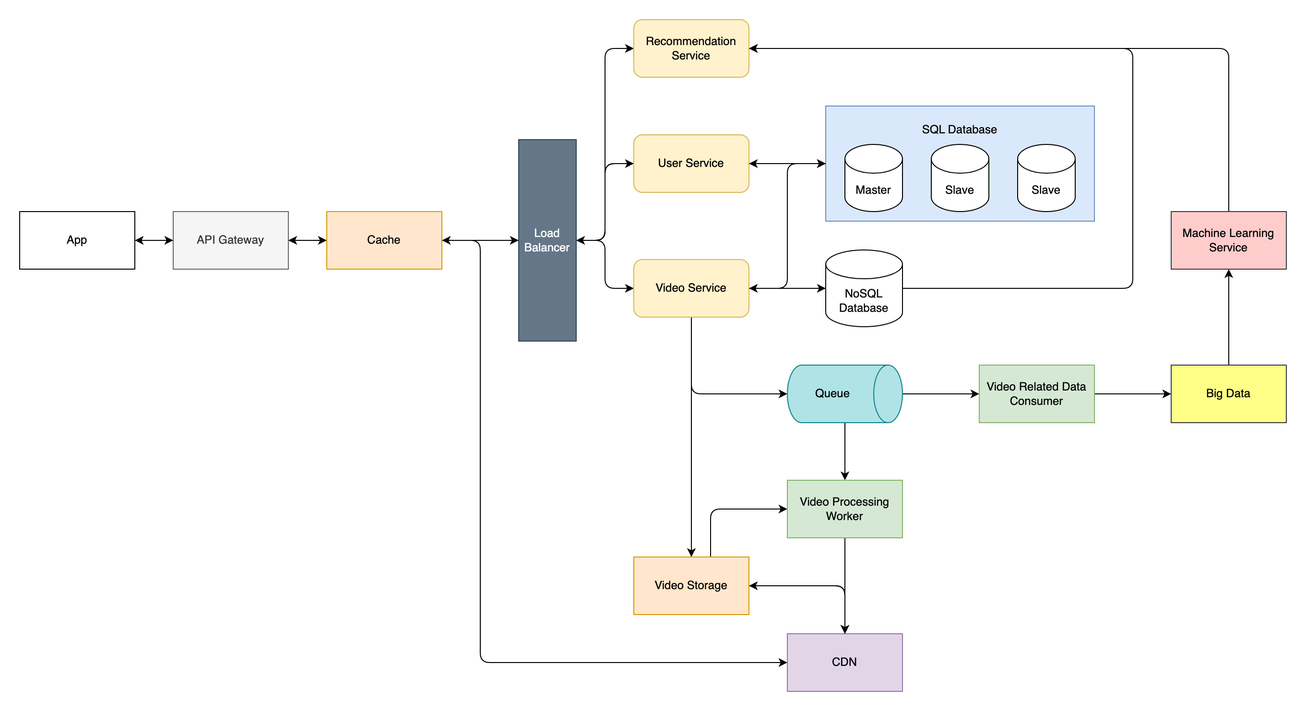
The draw.io diagram TikTok System Design.png in purnendukar/MySystemDesigns, before a commit. Source tidied: cells renumbered, new cells last; positions are measured from the earlier drawing's top-left corner, leaving out a move shared by most shapes.
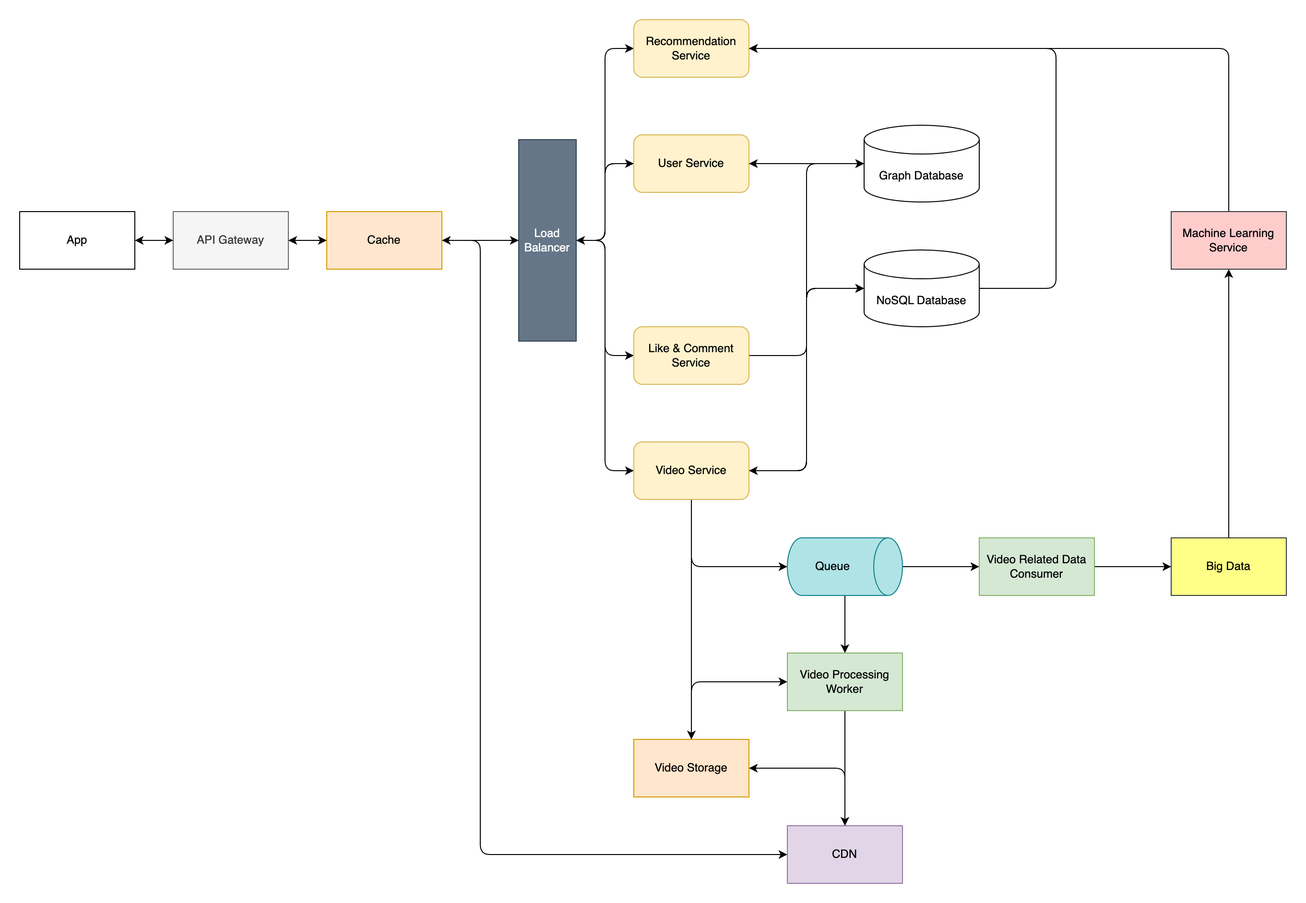
The same file after the commit.

Diff of the diagram source:
```diff
@@ -23,94 +23,93 @@
     <mxCell id="8" style="edgeStyle=orthogonalEdgeStyle;rounded=1;jettySize=auto;html=1;entryX=0;entryY=0.5;entryDx=0;entryDy=0;" parent="1" edge="1" source="9" target="48">
       <mxGeometry relative="1" as="geometry" />
     </mxCell>
+    <mxCell id="51" style="edgeStyle=orthogonalEdgeStyle;rounded=1;jettySize=auto;html=1;" parent="1" edge="1" source="9" target="57">
+      <mxGeometry relative="1" as="geometry">
+        <Array as="points">
+          <mxPoint x="610" y="230" />
+          <mxPoint x="610" y="350" />
+        </Array>
+      </mxGeometry>
+    </mxCell>
     <mxCell id="9" value="Load&lt;br&gt;Balancer" style="rounded=0;whiteSpace=wrap;html=1;fillColor=#647687;strokeColor=#314354;fontColor=#ffffff;" parent="1" vertex="1">
       <mxGeometry x="520" y="125" width="60" height="210" as="geometry" />
     </mxCell>
     <mxCell id="10" style="edgeStyle=orthogonalEdgeStyle;rounded=1;jettySize=auto;html=1;entryX=1;entryY=0.5;entryDx=0;entryDy=0;" parent="1" edge="1" source="12" target="9">
       <mxGeometry relative="1" as="geometry" />
     </mxCell>
-    <mxCell id="11" style="edgeStyle=orthogonalEdgeStyle;rounded=1;jettySize=auto;html=1;entryX=0;entryY=0.5;entryDx=0;entryDy=0;" parent="1" edge="1" source="12" target="14">
-      <mxGeometry relative="1" as="geometry" />
-    </mxCell>
+    <mxCell id="52" style="edgeStyle=orthogonalEdgeStyle;rounded=0;jettySize=auto;html=1;" parent="1" edge="1" source="12" target="55">
+      <mxGeometry relative="1" as="geometry" />
+    </mxCell>
     <mxCell id="12" value="User Service" style="rounded=1;whiteSpace=wrap;html=1;fillColor=#fff2cc;strokeColor=#d6b656;" parent="1" vertex="1">
       <mxGeometry x="640" y="120" width="120" height="60" as="geometry" />
     </mxCell>
-    <mxCell id="13" style="group;" parent="1" vertex="1">
-      <mxGeometry x="840" y="90" width="280" height="120" as="geometry" />
-    </mxCell>
-    <mxCell id="14" style="rounded=0;whiteSpace=wrap;html=1;fillColor=#dae8fc;strokeColor=#6c8ebf;" parent="13" vertex="1">
-      <mxGeometry width="280" height="120" as="geometry" />
-    </mxCell>
-    <mxCell id="15" value="Master" style="shape=cylinder3;whiteSpace=wrap;html=1;boundedLbl=1;backgroundOutline=1;size=15;" parent="13" vertex="1">
-      <mxGeometry x="20" y="40" width="60" height="70" as="geometry" />
-    </mxCell>
-    <mxCell id="16" value="Slave" style="shape=cylinder3;whiteSpace=wrap;html=1;boundedLbl=1;backgroundOutline=1;size=15;" parent="13" vertex="1">
-      <mxGeometry x="110" y="40" width="60" height="70" as="geometry" />
-    </mxCell>
-    <mxCell id="17" value="Slave" style="shape=cylinder3;whiteSpace=wrap;html=1;boundedLbl=1;backgroundOutline=1;size=15;" parent="13" vertex="1">
-      <mxGeometry x="200" y="40" width="60" height="70" as="geometry" />
-    </mxCell>
-    <mxCell id="18" value="SQL Database" style="text;html=1;strokeColor=none;fillColor=none;align=center;verticalAlign=middle;whiteSpace=wrap;rounded=0;" parent="13" vertex="1">
-      <mxGeometry x="65" y="10" width="150" height="30" as="geometry" />
-    </mxCell>
-    <mxCell id="19" style="edgeStyle=orthogonalEdgeStyle;rounded=1;jettySize=auto;html=1;" parent="1" edge="1" source="14" target="12">
-      <mxGeometry relative="1" as="geometry" />
-    </mxCell>
     <mxCell id="20" style="edgeStyle=orthogonalEdgeStyle;rounded=1;jettySize=auto;html=1;entryX=0;entryY=0.5;entryDx=0;entryDy=0;entryPerimeter=0;" parent="1" edge="1" source="24" target="27">
-      <mxGeometry relative="1" as="geometry" />
+      <mxGeometry relative="1" as="geometry">
+        <Array as="points">
+          <mxPoint x="820" y="470" />
+          <mxPoint x="820" y="280" />
+        </Array>
+      </mxGeometry>
     </mxCell>
-    <mxCell id="21" style="edgeStyle=orthogonalEdgeStyle;rounded=1;jettySize=auto;html=1;entryX=0;entryY=0.5;entryDx=0;entryDy=0;" parent="1" edge="1" source="24" target="14">
-      <mxGeometry relative="1" as="geometry" />
-    </mxCell>
     <mxCell id="22" style="edgeStyle=orthogonalEdgeStyle;rounded=1;jettySize=auto;html=1;" parent="1" edge="1" source="24" target="32">
       <mxGeometry relative="1" as="geometry" />
     </mxCell>
     <mxCell id="23" style="edgeStyle=orthogonalEdgeStyle;rounded=1;jettySize=auto;html=1;entryX=0.5;entryY=1;entryDx=0;entryDy=0;entryPerimeter=0;" parent="1" edge="1" source="24" target="41">
       <mxGeometry relative="1" as="geometry">
         <Array as="points">
-          <mxPoint x="700" y="390" />
+          <mxPoint x="700" y="570" />
         </Array>
       </mxGeometry>
     </mxCell>
+    <mxCell id="53" style="edgeStyle=orthogonalEdgeStyle;rounded=1;jettySize=auto;html=1;" parent="1" edge="1" source="24" target="55">
+      <mxGeometry relative="1" as="geometry">
+        <Array as="points">
+          <mxPoint x="820" y="470" />
+          <mxPoint x="820" y="150" />
+        </Array>
+      </mxGeometry>
+    </mxCell>
     <mxCell id="24" value="Video Service" style="rounded=1;whiteSpace=wrap;html=1;fillColor=#fff2cc;strokeColor=#d6b656;" parent="1" vertex="1">
-      <mxGeometry x="640" y="250" width="120" height="60" as="geometry" />
+      <mxGeometry x="640" y="440" width="120" height="60" as="geometry" />
     </mxCell>
     <mxCell id="25" style="edgeStyle=orthogonalEdgeStyle;rounded=1;jettySize=auto;html=1;entryX=1;entryY=0.5;entryDx=0;entryDy=0;" parent="1" edge="1" source="27" target="24">
-      <mxGeometry relative="1" as="geometry" />
+      <mxGeometry relative="1" as="geometry">
+        <Array as="points">
+          <mxPoint x="820" y="280" />
+          <mxPoint x="820" y="470" />
+        </Array>
+      </mxGeometry>
     </mxCell>
     <mxCell id="26" style="edgeStyle=orthogonalEdgeStyle;rounded=1;jettySize=auto;html=1;" parent="1" edge="1" source="27" target="48">
       <mxGeometry relative="1" as="geometry">
         <Array as="points">
-          <mxPoint x="1160" y="280" />
-          <mxPoint x="1160" y="30" />
+          <mxPoint x="1080" y="280" />
+          <mxPoint x="1080" y="30" />
         </Array>
       </mxGeometry>
     </mxCell>
     <mxCell id="27" value="NoSQL Database" style="shape=cylinder3;whiteSpace=wrap;html=1;boundedLbl=1;backgroundOutline=1;size=15;" parent="1" vertex="1">
-      <mxGeometry x="840" y="240" width="80" height="80" as="geometry" />
+      <mxGeometry x="880" y="240" width="120" height="80" as="geometry" />
     </mxCell>
     <mxCell id="28" style="edgeStyle=orthogonalEdgeStyle;rounded=1;jettySize=auto;html=1;" parent="1" edge="1" source="29" target="32">
       <mxGeometry relative="1" as="geometry">
         <Array as="points">
-          <mxPoint x="860" y="590" />
+          <mxPoint x="860" y="780" />
         </Array>
       </mxGeometry>
     </mxCell>
     <mxCell id="29" value="CDN" style="rounded=0;whiteSpace=wrap;html=1;fillColor=#e1d5e7;strokeColor=#9673a6;" parent="1" vertex="1">
-      <mxGeometry x="800" y="640" width="120" height="60" as="geometry" />
+      <mxGeometry x="800" y="840" width="120" height="60" as="geometry" />
     </mxCell>
-    <mxCell id="30" style="edgeStyle=orthogonalEdgeStyle;rounded=1;jettySize=auto;html=1;" parent="1" edge="1" source="32" target="29">
-      <mxGeometry relative="1" as="geometry" />
-    </mxCell>
-    <mxCell id="31" style="edgeStyle=orthogonalEdgeStyle;rounded=1;jettySize=auto;html=1;" parent="1" edge="1" source="32" target="43">
+    <mxCell id="31" style="edgeStyle=orthogonalEdgeStyle;jettySize=auto;html=1;rounded=1;" parent="1" edge="1" source="32" target="43">
       <mxGeometry relative="1" as="geometry">
         <Array as="points">
-          <mxPoint x="720" y="510" />
+          <mxPoint x="700" y="690" />
         </Array>
       </mxGeometry>
     </mxCell>
     <mxCell id="32" value="Video Storage" style="rounded=0;whiteSpace=wrap;html=1;fillColor=#ffe6cc;strokeColor=#d79b00;" parent="1" vertex="1">
-      <mxGeometry x="640" y="560" width="120" height="60" as="geometry" />
+      <mxGeometry x="640" y="750" width="120" height="60" as="geometry" />
     </mxCell>
     <mxCell id="33" style="edgeStyle=orthogonalEdgeStyle;rounded=1;jettySize=auto;html=1;" parent="1" edge="1" source="36" target="9">
       <mxGeometry relative="1" as="geometry" />
@@ -119,7 +118,7 @@
       <mxGeometry relative="1" as="geometry">
         <Array as="points">
           <mxPoint x="480" y="230" />
-          <mxPoint x="480" y="670" />
+          <mxPoint x="480" y="870" />
         </Array>
       </mxGeometry>
     </mxCell>
@@ -142,25 +141,25 @@
       <mxGeometry relative="1" as="geometry" />
     </mxCell>
     <mxCell id="41" value="Queue" style="shape=cylinder3;whiteSpace=wrap;html=1;boundedLbl=1;backgroundOutline=1;size=15;direction=south;fillColor=#b0e3e6;strokeColor=#0e8088;" parent="1" vertex="1">
-      <mxGeometry x="800" y="360" width="120" height="60" as="geometry" />
+      <mxGeometry x="800" y="540" width="120" height="60" as="geometry" />
     </mxCell>
     <mxCell id="42" style="edgeStyle=orthogonalEdgeStyle;rounded=1;jettySize=auto;html=1;" parent="1" edge="1" source="43" target="29">
       <mxGeometry relative="1" as="geometry" />
     </mxCell>
     <mxCell id="43" value="Video Processing Worker" style="rounded=0;whiteSpace=wrap;html=1;fillColor=#d5e8d4;strokeColor=#82b366;" parent="1" vertex="1">
-      <mxGeometry x="800" y="480" width="120" height="60" as="geometry" />
+      <mxGeometry x="800" y="660" width="120" height="60" as="geometry" />
     </mxCell>
     <mxCell id="44" style="edgeStyle=orthogonalEdgeStyle;rounded=1;jettySize=auto;html=1;" parent="1" edge="1" source="45" target="47">
       <mxGeometry relative="1" as="geometry" />
     </mxCell>
     <mxCell id="45" value="Video Related Data Consumer" style="rounded=0;whiteSpace=wrap;html=1;fillColor=#d5e8d4;strokeColor=#82b366;" parent="1" vertex="1">
-      <mxGeometry x="1000" y="360" width="120" height="60" as="geometry" />
+      <mxGeometry x="1000" y="540" width="120" height="60" as="geometry" />
     </mxCell>
     <mxCell id="46" style="edgeStyle=orthogonalEdgeStyle;rounded=1;jettySize=auto;html=1;entryX=0.5;entryY=1;entryDx=0;entryDy=0;" parent="1" edge="1" source="47" target="50">
       <mxGeometry relative="1" as="geometry" />
     </mxCell>
     <mxCell id="47" value="Big Data" style="whiteSpace=wrap;html=1;fillColor=#ffff88;strokeColor=#36393d;rounded=0;" parent="1" vertex="1">
-      <mxGeometry x="1200" y="360" width="120" height="60" as="geometry" />
+      <mxGeometry x="1200" y="540" width="120" height="60" as="geometry" />
     </mxCell>
     <mxCell id="48" value="Recommendation Service" style="rounded=1;whiteSpace=wrap;html=1;fillColor=#fff2cc;strokeColor=#d6b656;" parent="1" vertex="1">
       <mxGeometry x="640" width="120" height="60" as="geometry" />
@@ -175,5 +174,22 @@
     <mxCell id="50" value="Machine Learning Service" style="rounded=0;whiteSpace=wrap;html=1;fillColor=#ffcccc;strokeColor=#36393d;" parent="1" vertex="1">
       <mxGeometry x="1200" y="200" width="120" height="60" as="geometry" />
     </mxCell>
+    <mxCell id="54" style="edgeStyle=orthogonalEdgeStyle;rounded=0;jettySize=auto;html=1;" parent="1" edge="1" source="55" target="12">
+      <mxGeometry relative="1" as="geometry" />
+    </mxCell>
+    <mxCell id="55" value="Graph Database" style="shape=cylinder3;whiteSpace=wrap;html=1;boundedLbl=1;backgroundOutline=1;size=15;" parent="1" vertex="1">
+      <mxGeometry x="880" y="110" width="120" height="80" as="geometry" />
+    </mxCell>
+    <mxCell id="56" style="edgeStyle=orthogonalEdgeStyle;rounded=1;jettySize=auto;html=1;" parent="1" edge="1" source="57" target="27">
+      <mxGeometry relative="1" as="geometry">
+        <Array as="points">
+          <mxPoint x="820" y="350" />
+          <mxPoint x="820" y="280" />
+        </Array>
+      </mxGeometry>
+    </mxCell>
+    <mxCell id="57" value="Like &amp;amp; Comment Service" style="rounded=1;whiteSpace=wrap;html=1;fillColor=#fff2cc;strokeColor=#d6b656;" parent="1" vertex="1">
+      <mxGeometry x="640" y="320" width="120" height="60" as="geometry" />
+    </mxCell>
   </root>
 </mxGraphModel>
```
